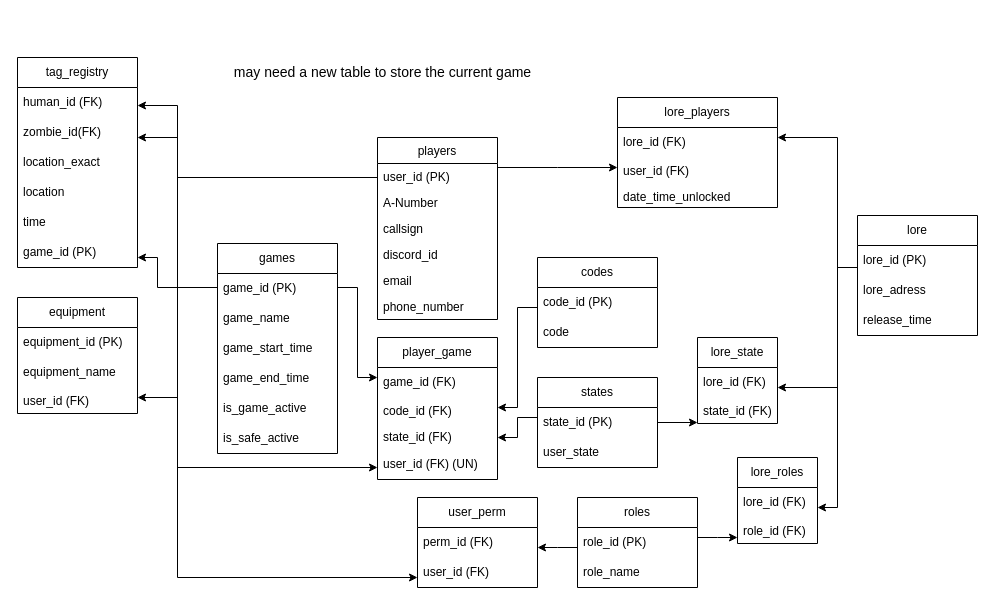
The draw.io diagram HvZ SQL outline.drawio in hutonahill/HvZ_USU_Site, before the edit. Source tidied: cells renumbered, new cells numbered last; positions are measured from the earlier drawing's top-left corner, leaving out a move shared by most shapes. Both pictures are drawn from the tidied source at 100%, with x=0, y=0 at pixel (17, 57).
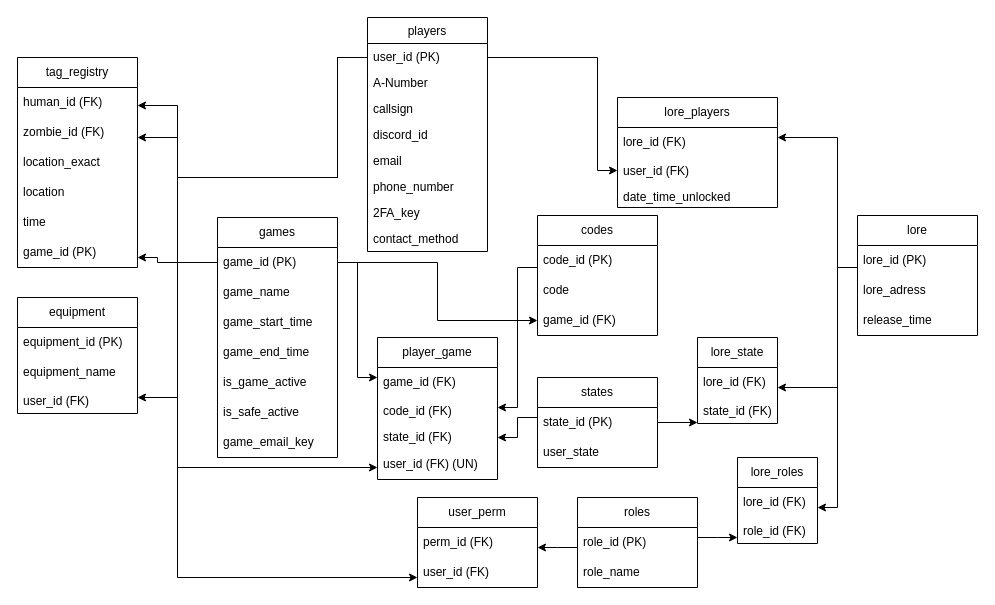
After the change.

The change refers to these unchanged cells:
```xml
<mxCell id="3" value="user_id (PK)" style="text;align=left;verticalAlign=top;spacingLeft=4;spacingRight=4;overflow=hidden;points=[[0,0.5],[1,0.5]];portConstraint=eastwest;rounded=0;shadow=0;html=0;" parent="2" vertex="1">
  <mxGeometry y="26" width="120" height="26" as="geometry" />
</mxCell>
<mxCell id="10" value="code_id (PK)" style="text;strokeColor=none;fillColor=none;align=left;verticalAlign=middle;spacingLeft=4;spacingRight=4;overflow=hidden;points=[[0,0.5],[1,0.5]];portConstraint=eastwest;whiteSpace=wrap;html=1;" parent="9" vertex="1">
  <mxGeometry y="30" width="120" height="30" as="geometry" />
</mxCell>
<mxCell id="19" value="tag_registry" style="swimlane;fontStyle=0;horizontal=1;startSize=30;whiteSpace=wrap;html=1;" parent="1" vertex="1">
  <mxGeometry width="120" height="210" as="geometry" />
</mxCell>
<mxCell id="20" value="human_id (FK)" style="text;strokeColor=none;fillColor=none;align=left;verticalAlign=middle;spacingLeft=4;spacingRight=4;overflow=hidden;points=[[0,0.5],[1,0.5]];portConstraint=eastwest;whiteSpace=wrap;html=1;" parent="19" vertex="1">
  <mxGeometry y="30" width="120" height="30" as="geometry" />
</mxCell>
<mxCell id="25" value="game_id (PK)" style="text;strokeColor=none;fillColor=none;align=left;verticalAlign=middle;spacingLeft=4;spacingRight=4;overflow=hidden;points=[[0,0.5],[1,0.5]];portConstraint=eastwest;whiteSpace=wrap;html=1;" parent="19" vertex="1">
  <mxGeometry y="180" width="120" height="30" as="geometry" />
</mxCell>
<mxCell id="35" value="user_id (FK)" style="text;align=left;verticalAlign=top;spacingLeft=4;spacingRight=4;overflow=hidden;points=[[0,0.5],[1,0.5]];portConstraint=eastwest;rounded=0;shadow=0;html=0;" parent="33" vertex="1">
  <mxGeometry y="60" width="160" height="26" as="geometry" />
</mxCell>
<mxCell id="41" value="user_id (FK)" style="text;align=left;verticalAlign=top;spacingLeft=4;spacingRight=4;overflow=hidden;points=[[0,0.5],[1,0.5]];portConstraint=eastwest;rounded=0;shadow=0;html=0;" parent="38" vertex="1">
  <mxGeometry y="90" width="120" height="26" as="geometry" />
</mxCell>
<mxCell id="51" value="user_id (FK)" style="text;strokeColor=none;fillColor=none;align=left;verticalAlign=middle;spacingLeft=4;spacingRight=4;overflow=hidden;points=[[0,0.5],[1,0.5]];portConstraint=eastwest;whiteSpace=wrap;html=1;" parent="49" vertex="1">
  <mxGeometry y="60" width="120" height="30" as="geometry" />
</mxCell>
<mxCell id="60" value="game_id (PK)" style="text;strokeColor=none;fillColor=none;align=left;verticalAlign=middle;spacingLeft=4;spacingRight=4;overflow=hidden;points=[[0,0.5],[1,0.5]];portConstraint=eastwest;whiteSpace=wrap;html=1;" parent="59" vertex="1">
  <mxGeometry y="30" width="120" height="30" as="geometry" />
</mxCell>
<mxCell id="67" value="game_id (FK)" style="text;strokeColor=none;fillColor=none;align=left;verticalAlign=middle;spacingLeft=4;spacingRight=4;overflow=hidden;points=[[0,0.5],[1,0.5]];portConstraint=eastwest;whiteSpace=wrap;html=1;" parent="66" vertex="1">
  <mxGeometry y="30" width="120" height="30" as="geometry" />
</mxCell>
<mxCell id="68" value="code_id (FK)" style="text;align=left;verticalAlign=top;spacingLeft=4;spacingRight=4;overflow=hidden;points=[[0,0.5],[1,0.5]];portConstraint=eastwest;rounded=0;shadow=0;html=0;" parent="66" vertex="1">
  <mxGeometry y="60" width="120" height="26" as="geometry" />
</mxCell>
<mxCell id="70" value="user_id (FK) (UN)" style="text;strokeColor=none;fillColor=none;align=left;verticalAlign=middle;spacingLeft=4;spacingRight=4;overflow=hidden;points=[[0,0.5],[1,0.5]];portConstraint=eastwest;whiteSpace=wrap;html=1;" parent="66" vertex="1">
  <mxGeometry y="112" width="120" height="30" as="geometry" />
</mxCell>
```

The edit, as a diff of the source:
```diff
@@
     <mxCell id="2" value="players" style="swimlane;fontStyle=0;align=center;verticalAlign=top;horizontal=1;startSize=26;rounded=0;shadow=0;strokeWidth=1;" parent="1" vertex="1">
-      <mxGeometry x="360" y="80" width="120" height="182" as="geometry" />
+      <mxGeometry x="350" y="-40" width="120" height="234" as="geometry" />
     </mxCell>
@@
+    <mxCell id="75" value="2FA_key" style="text;align=left;verticalAlign=top;spacingLeft=4;spacingRight=4;overflow=hidden;rounded=0;shadow=0;html=0;" parent="2" vertex="1">
+      <mxGeometry y="182" width="120" height="26" as="geometry" />
+    </mxCell>
+    <mxCell id="76" value="contact_method" style="text;align=left;verticalAlign=top;spacingLeft=4;spacingRight=4;overflow=hidden;rounded=0;shadow=0;html=0;" parent="2" vertex="1">
+      <mxGeometry y="208" width="120" height="26" as="geometry" />
+    </mxCell>
     <mxCell id="9" value="codes" style="swimlane;fontStyle=0;horizontal=1;startSize=30;whiteSpace=wrap;html=1;" parent="1" vertex="1">
-      <mxGeometry x="520" y="200" width="120" height="90" as="geometry" />
+      <mxGeometry x="520" y="158" width="120" height="120" as="geometry" />
     </mxCell>
@@
+    <mxCell id="77" value="game_id (FK)" style="text;strokeColor=none;fillColor=none;align=left;verticalAlign=middle;spacingLeft=4;spacingRight=4;overflow=hidden;points=[[0,0.5],[1,0.5]];portConstraint=eastwest;whiteSpace=wrap;html=1;" parent="9" vertex="1">
+      <mxGeometry y="90" width="120" height="30" as="geometry" />
+    </mxCell>
@@
-    <mxCell id="21" value="zombie_id(FK)" style="text;strokeColor=none;fillColor=none;align=left;verticalAlign=middle;spacingLeft=4;spacingRight=4;overflow=hidden;points=[[0,0.5],[1,0.5]];portConstraint=eastwest;whiteSpace=wrap;html=1;" parent="19" vertex="1">
+    <mxCell id="21" value="zombie_id (FK)" style="text;strokeColor=none;fillColor=none;align=left;verticalAlign=middle;spacingLeft=4;spacingRight=4;overflow=hidden;points=[[0,0.5],[1,0.5]];portConstraint=eastwest;whiteSpace=wrap;html=1;" parent="19" vertex="1">
       <mxGeometry y="60" width="120" height="30" as="geometry" />
     </mxCell>
@@
     <mxCell id="26" style="edgeStyle=orthogonalEdgeStyle;rounded=0;jettySize=auto;html=1;" parent="1" edge="1" source="3" target="20">
       <mxGeometry relative="1" as="geometry">
         <Array as="points">
+          <mxPoint x="320" />
+          <mxPoint x="320" y="120" />
           <mxPoint x="160" y="120" />
           <mxPoint x="160" y="48" />
         </Array>
       </mxGeometry>
     </mxCell>
     <mxCell id="27" style="edgeStyle=orthogonalEdgeStyle;rounded=0;jettySize=auto;html=1;" parent="1" edge="1" source="3" target="21">
       <mxGeometry relative="1" as="geometry">
         <Array as="points">
+          <mxPoint x="320" />
+          <mxPoint x="320" y="120" />
           <mxPoint x="160" y="120" />
           <mxPoint x="160" y="80" />
         </Array>
       </mxGeometry>
     </mxCell>
     <mxCell id="28" style="edgeStyle=orthogonalEdgeStyle;rounded=0;jettySize=auto;html=1;" parent="1" edge="1" source="10" target="68">
       <mxGeometry relative="1" as="geometry">
         <Array as="points">
-          <mxPoint x="500" y="250" />
+          <mxPoint x="500" y="210" />
           <mxPoint x="500" y="350" />
         </Array>
       </mxGeometry>
     </mxCell>
@@
     <mxCell id="42" style="edgeStyle=orthogonalEdgeStyle;rounded=0;jettySize=auto;html=1;" parent="1" edge="1" source="3" target="41">
       <mxGeometry relative="1" as="geometry">
         <Array as="points">
+          <mxPoint x="320" />
+          <mxPoint x="320" y="120" />
           <mxPoint x="160" y="120" />
           <mxPoint x="160" y="340" />
         </Array>
       </mxGeometry>
     </mxCell>
     <mxCell id="43" style="edgeStyle=orthogonalEdgeStyle;rounded=0;jettySize=auto;html=1;" parent="1" edge="1" source="3" target="35">
       <mxGeometry relative="1" as="geometry">
         <Array as="points">
-          <mxPoint x="540" y="110" />
-          <mxPoint x="540" y="110" />
+          <mxPoint x="580" />
+          <mxPoint x="580" y="113" />
         </Array>
       </mxGeometry>
     </mxCell>
@@
     <mxCell id="53" style="edgeStyle=orthogonalEdgeStyle;rounded=0;jettySize=auto;html=1;" parent="1" edge="1" source="3" target="51">
       <mxGeometry relative="1" as="geometry">
         <Array as="points">
+          <mxPoint x="320" />
+          <mxPoint x="320" y="120" />
           <mxPoint x="160" y="120" />
           <mxPoint x="160" y="520" />
         </Array>
       </mxGeometry>
     </mxCell>
@@
     <mxCell id="59" value="games" style="swimlane;fontStyle=0;horizontal=1;startSize=30;whiteSpace=wrap;html=1;" parent="1" vertex="1">
-      <mxGeometry x="200" y="186" width="120" height="210" as="geometry" />
+      <mxGeometry x="200" y="160" width="120" height="240" as="geometry" />
     </mxCell>
@@
+    <mxCell id="78" value="&lt;div&gt;game_email_key&lt;/div&gt;" style="text;strokeColor=none;fillColor=none;align=left;verticalAlign=middle;spacingLeft=4;spacingRight=4;overflow=hidden;whiteSpace=wrap;html=1;" parent="59" vertex="1">
+      <mxGeometry y="210" width="120" height="30" as="geometry" />
+    </mxCell>
@@
     <mxCell id="71" style="edgeStyle=orthogonalEdgeStyle;rounded=0;jettySize=auto;html=1;" parent="1" edge="1" source="3" target="70">
       <mxGeometry relative="1" as="geometry">
         <Array as="points">
+          <mxPoint x="320" />
+          <mxPoint x="320" y="120" />
           <mxPoint x="160" y="120" />
           <mxPoint x="160" y="410" />
         </Array>
       </mxGeometry>
     </mxCell>
     <mxCell id="72" style="edgeStyle=orthogonalEdgeStyle;rounded=0;jettySize=auto;html=1;" parent="1" edge="1" source="60" target="67">
       <mxGeometry relative="1" as="geometry">
         <Array as="points">
-          <mxPoint x="340" y="230" />
+          <mxPoint x="340" y="205" />
           <mxPoint x="340" y="320" />
         </Array>
       </mxGeometry>
     </mxCell>
     <mxCell id="73" style="edgeStyle=orthogonalEdgeStyle;rounded=0;jettySize=auto;html=1;" parent="1" edge="1" source="60" target="25">
       <mxGeometry relative="1" as="geometry">
         <Array as="points">
-          <mxPoint x="140" y="230" />
+          <mxPoint x="140" y="205" />
           <mxPoint x="140" y="200" />
         </Array>
       </mxGeometry>
     </mxCell>
-    <mxCell id="74" value="&lt;font style=&quot;font-size: 13px;&quot;&gt;&lt;font style=&quot;font-size: 14px;&quot;&gt;may need a new table to store the current game&lt;/font&gt;&lt;/font&gt;" style="text;html=1;align=center;verticalAlign=middle;strokeColor=none;fillColor=none;" parent="1" vertex="1">
-      <mxGeometry x="200" width="330" height="30" as="geometry" />
-    </mxCell>
+    <mxCell id="79" style="edgeStyle=orthogonalEdgeStyle;rounded=0;jettySize=auto;html=1;" parent="1" edge="1" source="60" target="77">
+      <mxGeometry relative="1" as="geometry" />
+    </mxCell>
```
